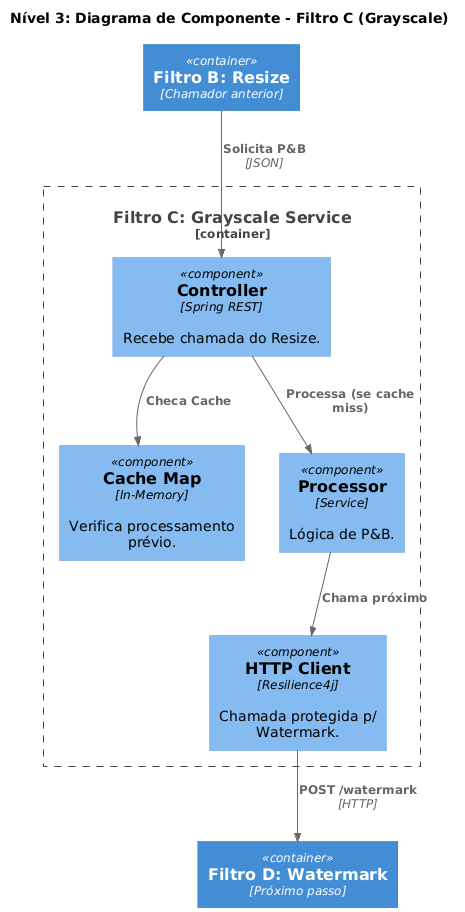
MuriloCSS/InstaFilter- keeps this PlantUML diagram as Diagrama de Componente.png. Above is the earlier version.
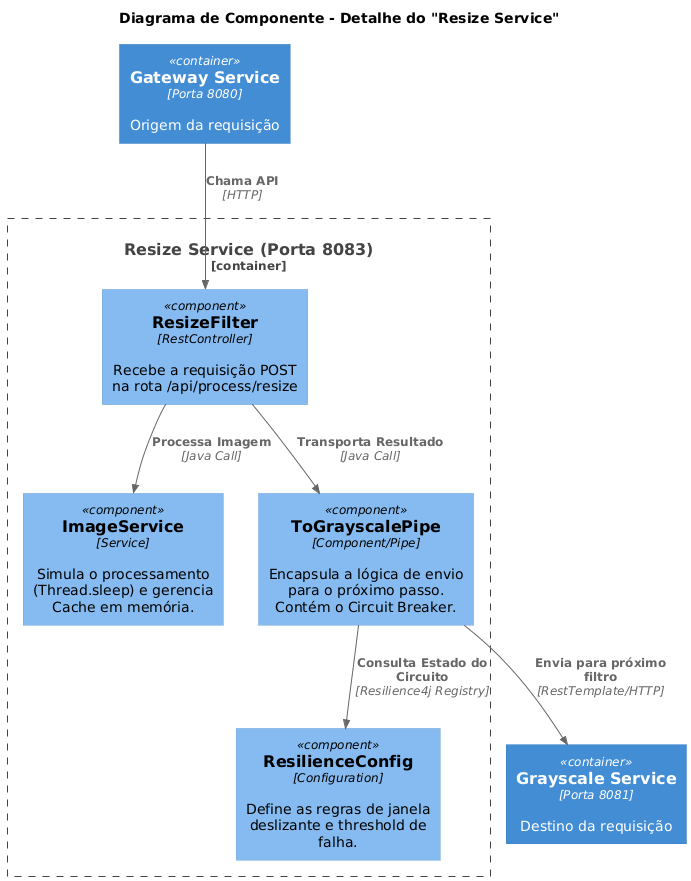
Above is the later version.

The edit, as a diff of the source:
```diff
@@ -1,21 +1,21 @@
 @startuml
 !include https://raw.githubusercontent.com/plantuml-stdlib/C4-PlantUML/master/C4_Component.puml
 
-title Nível 3: Diagrama de Componente - Filtro C (Grayscale)
+title Diagrama de Componente - Detalhe do "Resize Service"
 
-Container(resize, "Filtro B: Resize", "Chamador anterior")
-Container(watermark, "Filtro D: Watermark", "Próximo passo")
+Container(gateway, "Gateway Service", "Porta 8080", "Origem da requisição")
+Container(grayscale, "Grayscale Service", "Porta 8081", "Destino da requisição")
 
-Container_Boundary(filter_c, "Filtro C: Grayscale Service") {
-    Component(controller, "Controller", "Spring REST", "Recebe chamada do Resize.")
-    Component(cache, "Cache Map", "In-Memory", "Verifica processamento prévio.")
-    Component(processor, "Processor", "Service", "Lógica de P&B.")
-    Component(cb_client, "HTTP Client", "Resilience4j", "Chamada protegida p/ Watermark.")
+Container_Boundary(resize_service, "Resize Service (Porta 8083)") {
+    Component(controller, "ResizeFilter", "RestController", "Recebe a requisição POST na rota /api/process/resize")
+    Component(service, "ImageService", "Service", "Simula o processamento (Thread.sleep) e gerencia Cache em memória.")
+    Component(pipe, "ToGrayscalePipe", "Component/Pipe", "Encapsula a lógica de envio para o próximo passo. Contém o Circuit Breaker.")
+    Component(resilience, "ResilienceConfig", "Configuration", "Define as regras de janela deslizante e threshold de falha.")
 }
 
-Rel(resize, controller, "Solicita P&B", "JSON")
-Rel(controller, cache, "Checa Cache")
-Rel(controller, processor, "Processa (se cache miss)")
-Rel(processor, cb_client, "Chama próximo")
-Rel(cb_client, watermark, "POST /watermark", "HTTP")
+Rel(gateway, controller, "Chama API", "HTTP")
+Rel(controller, service, "Processa Imagem", "Java Call")
+Rel(controller, pipe, "Transporta Resultado", "Java Call")
+Rel(pipe, resilience, "Consulta Estado do Circuito", "Resilience4j Registry")
+Rel(pipe, grayscale, "Envia para próximo filtro", "RestTemplate/HTTP")
 @enduml
```
